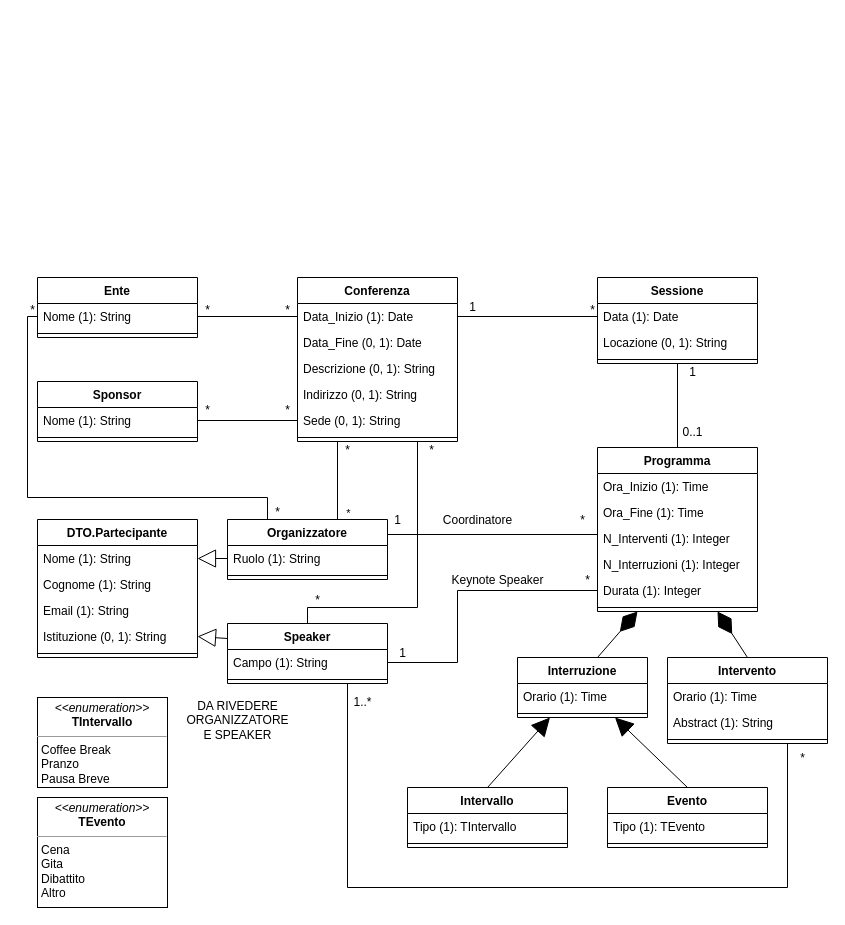
Above: page "DiagrammaNonRistrutturato" (1 of 3) of UML-DB/Conferenze.drawio in LeoCucurachi/GestioneConferenze (draw.io), before the change. Source tidied: cells renumbered, new cells numbered last; positions are measured from the earlier drawing's top-left corner, leaving out a move shared by most shapes. Both pictures are drawn from the tidied source at 100%, with x=0, y=0 at pixel (17, 277).
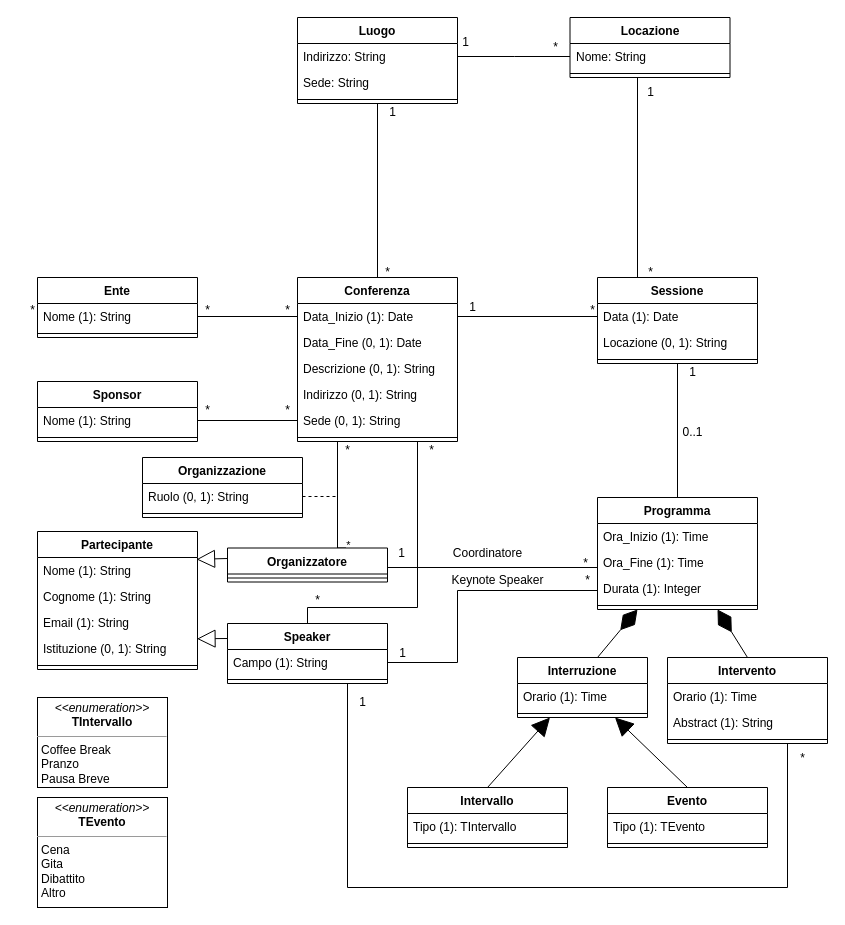
After the change.

Unchanged cells that the change refers to:
```xml
<mxCell id="2" value="Conferenza" style="swimlane;fontStyle=1;align=center;verticalAlign=top;horizontal=1;startSize=26;whiteSpace=wrap;html=1;" parent="1" vertex="1">
  <mxGeometry x="280" width="160" height="164" as="geometry" />
</mxCell>
<mxCell id="10" value="Nome (1): String" style="text;strokeColor=none;fillColor=none;align=left;verticalAlign=top;spacingLeft=4;spacingRight=4;overflow=hidden;points=[[0,0.5],[1,0.5]];portConstraint=eastwest;whiteSpace=wrap;html=1;" parent="9" vertex="1">
  <mxGeometry y="26" width="160" height="26" as="geometry" />
</mxCell>
<mxCell id="16" value="Nome (1): String" style="text;strokeColor=none;fillColor=none;align=left;verticalAlign=top;spacingLeft=4;spacingRight=4;overflow=hidden;points=[[0,0.5],[1,0.5]];portConstraint=eastwest;whiteSpace=wrap;html=1;" parent="15" vertex="1">
  <mxGeometry y="26" width="160" height="26" as="geometry" />
</mxCell>
<mxCell id="19" value="Istituzione (0, 1): String" style="text;strokeColor=none;fillColor=none;align=left;verticalAlign=top;spacingLeft=4;spacingRight=4;overflow=hidden;points=[[0,0.5],[1,0.5]];portConstraint=eastwest;whiteSpace=wrap;html=1;" parent="15" vertex="1">
  <mxGeometry y="104" width="160" height="26" as="geometry" />
</mxCell>
<mxCell id="22" value="Speaker" style="swimlane;fontStyle=1;align=center;verticalAlign=top;horizontal=1;startSize=26;whiteSpace=wrap;html=1;" parent="1" vertex="1">
  <mxGeometry x="210" y="346" width="160" height="60" as="geometry" />
</mxCell>
<mxCell id="31" value="Sessione" style="swimlane;fontStyle=1;align=center;verticalAlign=top;horizontal=1;startSize=26;whiteSpace=wrap;html=1;" parent="1" vertex="1">
  <mxGeometry x="580" width="160" height="86" as="geometry" />
</mxCell>
```

Diff of the diagram source:
```diff
@@
+    <mxCell id="92" style="edgeStyle=orthogonalEdgeStyle;rounded=0;jettySize=auto;html=1;exitX=0.5;exitY=0;exitDx=0;exitDy=0;entryX=0.5;entryY=1;entryDx=0;entryDy=0;endArrow=none;endFill=0;" parent="1" edge="1" source="2" target="94">
+      <mxGeometry relative="1" as="geometry" />
+    </mxCell>
@@
-    <mxCell id="15" value="DTO.Partecipante" style="swimlane;fontStyle=1;align=center;verticalAlign=top;horizontal=1;startSize=26;whiteSpace=wrap;html=1;" parent="1" vertex="1">
-      <mxGeometry x="20" y="242" width="160" height="138" as="geometry" />
+    <mxCell id="15" value="Partecipante" style="swimlane;fontStyle=1;align=center;verticalAlign=top;horizontal=1;startSize=26;whiteSpace=wrap;html=1;" parent="1" vertex="1">
+      <mxGeometry x="20" y="254" width="160" height="138" as="geometry" />
     </mxCell>
@@
     <mxCell id="25" style="edgeStyle=orthogonalEdgeStyle;rounded=0;jettySize=auto;html=1;exitX=0.75;exitY=0;exitDx=0;exitDy=0;entryX=0.25;entryY=1;entryDx=0;entryDy=0;endArrow=none;endFill=0;" parent="1" edge="1" source="27" target="2">
       <mxGeometry relative="1" as="geometry">
         <Array as="points">
-          <mxPoint x="320" y="242" />
+          <mxPoint x="320" y="271" />
         </Array>
       </mxGeometry>
     </mxCell>
     <mxCell id="26" value="*" style="edgeLabel;html=1;align=center;verticalAlign=middle;" parent="25" vertex="1">
       <mxGeometry x="-0.61" y="-5" relative="1" as="geometry">
-        <mxPoint x="5" as="offset" />
+        <mxPoint x="5" y="10" as="offset" />
       </mxGeometry>
     </mxCell>
     <mxCell id="27" value="Organizzatore" style="swimlane;fontStyle=1;align=center;verticalAlign=top;horizontal=1;startSize=26;whiteSpace=wrap;html=1;" parent="1" vertex="1">
-      <mxGeometry x="210" y="242" width="160" height="60" as="geometry" />
+      <mxGeometry x="210" y="270.5" width="160" height="34" as="geometry" />
     </mxCell>
-    <mxCell id="28" value="Ruolo (1): String" style="text;strokeColor=none;fillColor=none;align=left;verticalAlign=top;spacingLeft=4;spacingRight=4;overflow=hidden;points=[[0,0.5],[1,0.5]];portConstraint=eastwest;whiteSpace=wrap;html=1;" parent="27" vertex="1">
-      <mxGeometry y="26" width="160" height="26" as="geometry" />
-    </mxCell>
     <mxCell id="29" style="line;strokeWidth=1;fillColor=none;align=left;verticalAlign=middle;spacingTop=-1;spacingLeft=3;spacingRight=3;labelPosition=right;strokeColor=inherit;" parent="27" vertex="1">
-      <mxGeometry y="52" width="160" height="8" as="geometry" />
+      <mxGeometry y="26" width="160" height="8" as="geometry" />
     </mxCell>
@@
+    <mxCell id="93" style="edgeStyle=orthogonalEdgeStyle;rounded=0;jettySize=auto;html=1;exitX=0.25;exitY=0;exitDx=0;exitDy=0;entryX=0.25;entryY=1;entryDx=0;entryDy=0;endArrow=none;endFill=0;" parent="1" edge="1" source="31" target="98">
+      <mxGeometry relative="1" as="geometry">
+        <Array as="points">
+          <mxPoint x="620" y="-200" />
+        </Array>
+      </mxGeometry>
+    </mxCell>
@@
     <mxCell id="35" value="Programma" style="swimlane;fontStyle=1;align=center;verticalAlign=top;horizontal=1;startSize=26;whiteSpace=wrap;html=1;" parent="1" vertex="1">
-      <mxGeometry x="580" y="170" width="160" height="164" as="geometry" />
+      <mxGeometry x="580" y="220" width="160" height="112" as="geometry" />
     </mxCell>
@@
-    <mxCell id="38" value="N_Interventi (1): Integer" style="text;strokeColor=none;fillColor=none;align=left;verticalAlign=top;spacingLeft=4;spacingRight=4;overflow=hidden;points=[[0,0.5],[1,0.5]];portConstraint=eastwest;whiteSpace=wrap;html=1;" parent="35" vertex="1">
-      <mxGeometry y="78" width="160" height="26" as="geometry" />
-    </mxCell>
-    <mxCell id="39" value="N_Interruzioni (1): Integer" style="text;strokeColor=none;fillColor=none;align=left;verticalAlign=top;spacingLeft=4;spacingRight=4;overflow=hidden;whiteSpace=wrap;html=1;" parent="35" vertex="1">
-      <mxGeometry y="104" width="160" height="26" as="geometry" />
-    </mxCell>
     <mxCell id="40" value="Durata (1): Integer" style="text;strokeColor=none;fillColor=none;align=left;verticalAlign=top;spacingLeft=4;spacingRight=4;overflow=hidden;points=[[0,0.5],[1,0.5]];portConstraint=eastwest;whiteSpace=wrap;html=1;" parent="35" vertex="1">
-      <mxGeometry y="130" width="160" height="26" as="geometry" />
+      <mxGeometry y="78" width="160" height="26" as="geometry" />
     </mxCell>
     <mxCell id="41" style="line;strokeWidth=1;fillColor=none;align=left;verticalAlign=middle;spacingTop=-1;spacingLeft=3;spacingRight=3;labelPosition=right;strokeColor=inherit;" parent="35" vertex="1">
-      <mxGeometry y="156" width="160" height="8" as="geometry" />
+      <mxGeometry y="104" width="160" height="8" as="geometry" />
     </mxCell>
@@
-    <mxCell id="70" style="endArrow=block;endSize=16;endFill=0;html=1;rounded=0;entryX=1;entryY=0.5;entryDx=0;entryDy=0;exitX=0;exitY=0.5;exitDx=0;exitDy=0;" parent="1" edge="1" source="28" target="16">
-      <mxGeometry relative="1" as="geometry" />
+    <mxCell id="70" style="endArrow=block;endSize=16;endFill=0;html=1;rounded=0;entryX=0.994;entryY=0.071;entryDx=0;entryDy=0;exitX=0;exitY=0.5;exitDx=0;exitDy=0;entryPerimeter=0;" parent="1" edge="1" target="16">
+      <mxGeometry relative="1" as="geometry">
+        <mxPoint x="210" y="281" as="sourcePoint" />
+      </mxGeometry>
     </mxCell>
-    <mxCell id="71" style="endArrow=block;endSize=16;endFill=0;html=1;rounded=0;entryX=1;entryY=0.5;entryDx=0;entryDy=0;exitX=0;exitY=0.25;exitDx=0;exitDy=0;" parent="1" edge="1" source="22" target="19">
+    <mxCell id="71" style="endArrow=block;endSize=16;endFill=0;html=1;rounded=0;entryX=0.997;entryY=0.126;entryDx=0;entryDy=0;exitX=0;exitY=0.25;exitDx=0;exitDy=0;entryPerimeter=0;" parent="1" edge="1" source="22" target="19">
       <mxGeometry relative="1" as="geometry" />
     </mxCell>
@@
-    <mxCell id="76" value="1..*" style="text;html=1;align=center;verticalAlign=middle;strokeColor=none;fillColor=none;" parent="1" vertex="1">
-      <mxGeometry x="325" y="410" width="40" height="30" as="geometry" />
+    <mxCell id="76" value="1" style="text;html=1;align=center;verticalAlign=middle;strokeColor=none;fillColor=none;" parent="1" vertex="1">
+      <mxGeometry x="330" y="410" width="30" height="30" as="geometry" />
     </mxCell>
@@
-    <mxCell id="79" style="edgeStyle=orthogonalEdgeStyle;rounded=0;jettySize=auto;html=1;exitX=0;exitY=0.5;exitDx=0;exitDy=0;entryX=1;entryY=0.25;entryDx=0;entryDy=0;endArrow=none;endFill=0;" parent="1" edge="1" source="38" target="27">
+    <mxCell id="79" style="edgeStyle=orthogonalEdgeStyle;rounded=0;jettySize=auto;html=1;exitX=0;exitY=0.5;exitDx=0;exitDy=0;entryX=1;entryY=0.25;entryDx=0;entryDy=0;endArrow=none;endFill=0;" parent="1" edge="1" target="27">
       <mxGeometry relative="1" as="geometry">
+        <mxPoint x="580" y="261" as="sourcePoint" />
         <Array as="points">
-          <mxPoint x="580" y="257" />
+          <mxPoint x="580" y="290" />
+          <mxPoint x="370" y="290" />
         </Array>
       </mxGeometry>
     </mxCell>
@@
     <mxCell id="83" value="Coordinatore" style="text;html=1;align=center;verticalAlign=middle;strokeColor=none;fillColor=none;" parent="1" vertex="1">
-      <mxGeometry x="415" y="228" width="90" height="30" as="geometry" />
+      <mxGeometry x="425" y="261" width="90" height="30" as="geometry" />
     </mxCell>
     <mxCell id="84" value="1" style="text;html=1;align=center;verticalAlign=middle;strokeColor=none;fillColor=none;" parent="1" vertex="1">
-      <mxGeometry x="365" y="228" width="30" height="30" as="geometry" />
+      <mxGeometry x="369" y="261" width="30" height="30" as="geometry" />
     </mxCell>
     <mxCell id="85" value="*" style="text;html=1;align=center;verticalAlign=middle;strokeColor=none;fillColor=none;" parent="1" vertex="1">
-      <mxGeometry x="550" y="228" width="30" height="30" as="geometry" />
+      <mxGeometry x="552.5" y="270.5" width="30" height="30" as="geometry" />
     </mxCell>
-    <mxCell id="86" style="edgeStyle=orthogonalEdgeStyle;rounded=0;jettySize=auto;html=1;exitX=0;exitY=0.5;exitDx=0;exitDy=0;entryX=0.25;entryY=0;entryDx=0;entryDy=0;endArrow=none;endFill=0;" parent="1" edge="1" source="10" target="27">
-      <mxGeometry relative="1" as="geometry">
-        <Array as="points">
-          <mxPoint x="10" y="39" />
-          <mxPoint x="10" y="220" />
-          <mxPoint x="250" y="220" />
-        </Array>
-      </mxGeometry>
-    </mxCell>
@@
-    <mxCell id="88" value="*" style="text;html=1;align=center;verticalAlign=middle;strokeColor=none;fillColor=none;" parent="1" vertex="1">
-      <mxGeometry x="245" y="220" width="30" height="30" as="geometry" />
-    </mxCell>
@@
-    <mxCell id="91" value="DA RIVEDERE &lt;br&gt;ORGANIZZATORE &lt;br&gt;E SPEAKER" style="text;html=1;align=center;verticalAlign=middle;strokeColor=none;fillColor=none;" parent="1" vertex="1">
-      <mxGeometry x="155" y="413" width="130" height="60" as="geometry" />
-    </mxCell>
+    <mxCell id="94" value="Luogo" style="swimlane;fontStyle=1;align=center;verticalAlign=top;horizontal=1;startSize=26;whiteSpace=wrap;html=1;" parent="1" vertex="1">
+      <mxGeometry x="280" y="-260" width="160" height="86" as="geometry" />
+    </mxCell>
+    <mxCell id="95" value="Indirizzo: String" style="text;strokeColor=none;fillColor=none;align=left;verticalAlign=top;spacingLeft=4;spacingRight=4;overflow=hidden;whiteSpace=wrap;html=1;" parent="94" vertex="1">
+      <mxGeometry y="26" width="160" height="26" as="geometry" />
+    </mxCell>
+    <mxCell id="96" value="Sede: String" style="text;strokeColor=none;fillColor=none;align=left;verticalAlign=top;spacingLeft=4;spacingRight=4;overflow=hidden;whiteSpace=wrap;html=1;" parent="94" vertex="1">
+      <mxGeometry y="52" width="160" height="26" as="geometry" />
+    </mxCell>
+    <mxCell id="97" style="line;strokeWidth=1;fillColor=none;align=left;verticalAlign=middle;spacingTop=-1;spacingLeft=3;spacingRight=3;labelPosition=right;strokeColor=inherit;" parent="94" vertex="1">
+      <mxGeometry y="78" width="160" height="8" as="geometry" />
+    </mxCell>
+    <mxCell id="98" value="Locazione" style="swimlane;fontStyle=1;align=center;verticalAlign=top;horizontal=1;startSize=26;whiteSpace=wrap;html=1;" parent="1" vertex="1">
+      <mxGeometry x="552.5" y="-260" width="160" height="60" as="geometry" />
+    </mxCell>
+    <mxCell id="99" value="Nome: String" style="text;strokeColor=none;fillColor=none;align=left;verticalAlign=top;spacingLeft=4;spacingRight=4;overflow=hidden;points=[[0,0.5],[1,0.5]];portConstraint=eastwest;whiteSpace=wrap;html=1;" parent="98" vertex="1">
+      <mxGeometry y="26" width="160" height="26" as="geometry" />
+    </mxCell>
+    <mxCell id="100" style="line;strokeWidth=1;fillColor=none;align=left;verticalAlign=middle;spacingTop=-1;spacingLeft=3;spacingRight=3;labelPosition=right;strokeColor=inherit;" parent="98" vertex="1">
+      <mxGeometry y="52" width="160" height="8" as="geometry" />
+    </mxCell>
+    <mxCell id="101" style="edgeStyle=orthogonalEdgeStyle;rounded=0;jettySize=auto;html=1;endArrow=none;endFill=0;" parent="1" edge="1" source="99">
+      <mxGeometry relative="1" as="geometry">
+        <mxPoint x="440" y="-221" as="targetPoint" />
+      </mxGeometry>
+    </mxCell>
+    <mxCell id="102" value="*" style="text;html=1;align=center;verticalAlign=middle;strokeColor=none;fillColor=none;" parent="1" vertex="1">
+      <mxGeometry x="522.5" y="-245" width="30" height="30" as="geometry" />
+    </mxCell>
+    <mxCell id="103" value="1" style="text;html=1;align=center;verticalAlign=middle;strokeColor=none;fillColor=none;" parent="1" vertex="1">
+      <mxGeometry x="432.5" y="-250" width="30" height="30" as="geometry" />
+    </mxCell>
+    <mxCell id="104" value="1" style="text;html=1;align=center;verticalAlign=middle;strokeColor=none;fillColor=none;" parent="1" vertex="1">
+      <mxGeometry x="617.5" y="-200" width="30" height="30" as="geometry" />
+    </mxCell>
+    <mxCell id="105" value="1" style="text;html=1;align=center;verticalAlign=middle;strokeColor=none;fillColor=none;" parent="1" vertex="1">
+      <mxGeometry x="360" y="-180" width="30" height="30" as="geometry" />
+    </mxCell>
+    <mxCell id="106" value="*" style="text;html=1;align=center;verticalAlign=middle;strokeColor=none;fillColor=none;" parent="1" vertex="1">
+      <mxGeometry x="355" y="-20" width="30" height="30" as="geometry" />
+    </mxCell>
+    <mxCell id="107" value="*" style="text;html=1;align=center;verticalAlign=middle;strokeColor=none;fillColor=none;" parent="1" vertex="1">
+      <mxGeometry x="617.5" y="-20" width="30" height="30" as="geometry" />
+    </mxCell>
+    <mxCell id="108" value="Organizzazione" style="swimlane;fontStyle=1;align=center;verticalAlign=top;horizontal=1;startSize=26;whiteSpace=wrap;html=1;" parent="1" vertex="1">
+      <mxGeometry x="125" y="180" width="160" height="60" as="geometry" />
+    </mxCell>
+    <mxCell id="109" style="edgeStyle=orthogonalEdgeStyle;rounded=0;jettySize=auto;html=1;exitX=1;exitY=0.5;exitDx=0;exitDy=0;endArrow=none;endFill=0;dashed=1;" parent="108" edge="1" source="110">
+      <mxGeometry relative="1" as="geometry">
+        <mxPoint x="195" y="39" as="targetPoint" />
+      </mxGeometry>
+    </mxCell>
+    <mxCell id="110" value="Ruolo (0, 1): String" style="text;strokeColor=none;fillColor=none;align=left;verticalAlign=top;spacingLeft=4;spacingRight=4;overflow=hidden;points=[[0,0.5],[1,0.5]];portConstraint=eastwest;whiteSpace=wrap;html=1;" parent="108" vertex="1">
+      <mxGeometry y="26" width="160" height="26" as="geometry" />
+    </mxCell>
+    <mxCell id="111" style="line;strokeWidth=1;fillColor=none;align=left;verticalAlign=middle;spacingTop=-1;spacingLeft=3;spacingRight=3;labelPosition=right;strokeColor=inherit;" parent="108" vertex="1">
+      <mxGeometry y="52" width="160" height="8" as="geometry" />
+    </mxCell>
```
